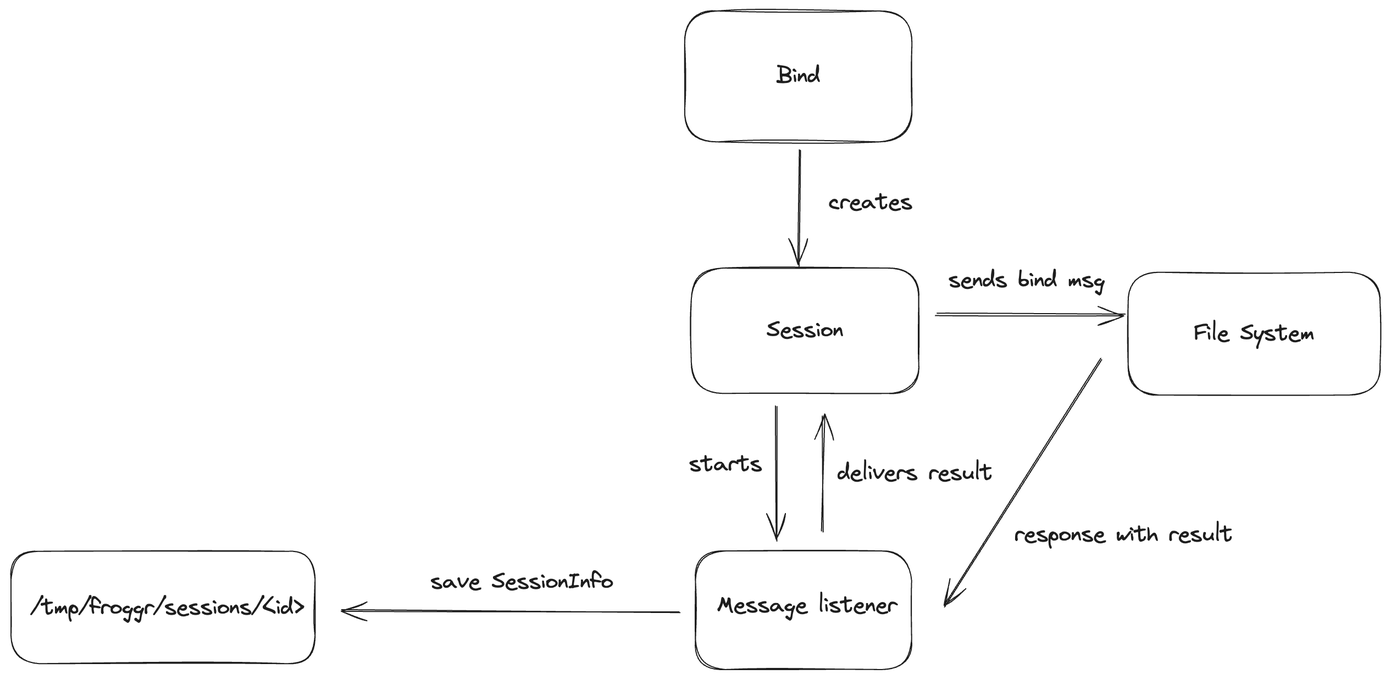
This is media/bind-process.png from doriancodes/filesystem-manager, a Excalidraw export, as it was before one commit. Source tidied: one line per element, renumbered; positions are measured from the earlier drawing's top-left corner, leaving out a move shared by most shapes. The source it was exported from:
```json
{"id": 0, "type": "rectangle", "strokeColor": "#1e1e1e", "strokeWidth": 1, "roughness": 1, "round": true, "x": 623, "y": 492, "width": 197, "height": 108}
{"id": 1, "type": "rectangle", "strokeColor": "#1e1e1e", "strokeWidth": 1, "roughness": 1, "round": true, "x": 613, "y": 0, "width": 207, "height": 119}
{"id": 2, "type": "text", "text": "Bind", "strokeColor": "#1e1e1e", "strokeWidth": 1, "roughness": 1, "fontSize": 20, "fontFamily": 1, "textAlign": "center", "verticalAlign": "middle", "inside": 1, "x": 696, "y": 47, "width": 40, "height": 25}
{"id": 3, "type": "rectangle", "strokeColor": "#1e1e1e", "strokeWidth": 1, "roughness": 1, "round": true, "x": 619, "y": 234, "width": 207, "height": 114}
{"id": 4, "type": "text", "text": "Session", "strokeColor": "#1e1e1e", "strokeWidth": 1, "roughness": 1, "fontSize": 20, "fontFamily": 1, "textAlign": "center", "verticalAlign": "middle", "inside": 3, "x": 688, "y": 279, "width": 70, "height": 25}
{"id": 5, "type": "text", "text": "Message listener", "strokeColor": "#1e1e1e", "strokeWidth": 1, "roughness": 1, "fontSize": 20, "fontFamily": 1, "x": 642, "y": 529, "width": 165, "height": 25}
{"id": 6, "type": "arrow", "strokeColor": "#1e1e1e", "strokeWidth": 1, "roughness": 1, "endArrowhead": "arrow", "round": true, "from": 3, "to": 0, "x": 697, "y": 359, "width": 1, "height": 123, "points": [[0, 0], [-1, 123]]}
{"id": 7, "type": "arrow", "strokeColor": "#1e1e1e", "strokeWidth": 1, "roughness": 1, "endArrowhead": "arrow", "round": true, "from": 1, "to": 3, "x": 717, "y": 126, "width": 0, "height": 106, "points": [[0, 0], [0, 106]]}
{"id": 8, "type": "arrow", "strokeColor": "#1e1e1e", "strokeWidth": 1, "roughness": 1, "endArrowhead": "arrow", "round": true, "from": 3, "x": 843, "y": 276, "width": 172, "height": 0, "points": [[0, 0], [172, 0]]}
{"id": 9, "type": "rectangle", "strokeColor": "#1e1e1e", "strokeWidth": 1, "roughness": 1, "round": true, "x": 1016, "y": 238, "width": 229, "height": 112}
{"id": 10, "type": "text", "text": "File System", "strokeColor": "#1e1e1e", "strokeWidth": 1, "roughness": 1, "fontSize": 20, "fontFamily": 1, "textAlign": "center", "verticalAlign": "middle", "inside": 9, "x": 1076, "y": 281, "width": 109, "height": 25}
{"id": 11, "type": "text", "text": "sends bind msg", "strokeColor": "#1e1e1e", "strokeWidth": 1, "roughness": 1, "fontSize": 20, "fontFamily": 1, "x": 853, "y": 233, "width": 142, "height": 25}
{"id": 12, "type": "arrow", "strokeColor": "#1e1e1e", "strokeWidth": 1, "roughness": 1, "endArrowhead": "arrow", "round": true, "from": 9, "x": 991, "y": 318, "width": 143, "height": 224, "points": [[0, 0], [-143, 224]]}
{"id": 13, "type": "text", "text": "response with result", "strokeColor": "#1e1e1e", "strokeWidth": 1, "roughness": 1, "fontSize": 20, "fontFamily": 1, "x": 913, "y": 464, "width": 199, "height": 25}
{"id": 14, "type": "text", "text": "starts", "strokeColor": "#1e1e1e", "strokeWidth": 1, "roughness": 1, "fontSize": 20, "fontFamily": 1, "x": 617, "y": 401, "width": 66, "height": 25}
{"id": 15, "type": "arrow", "strokeColor": "#1e1e1e", "strokeWidth": 1, "roughness": 1, "endArrowhead": "arrow", "round": true, "from": 0, "to": 3, "x": 739, "y": 474, "width": 0, "height": 106, "points": [[0, 0], [0, -106]]}
{"id": 16, "type": "text", "text": "delivers result", "strokeColor": "#1e1e1e", "strokeWidth": 1, "roughness": 1, "fontSize": 20, "fontFamily": 1, "x": 752, "y": 409, "width": 141, "height": 25}
{"id": 17, "type": "arrow", "strokeColor": "#1e1e1e", "strokeWidth": 1, "roughness": 1, "endArrowhead": "arrow", "round": true, "to": 18, "x": 608, "y": 547, "width": 308, "height": 2, "points": [[0, 0], [-308, -2]]}
{"id": 18, "type": "rectangle", "strokeColor": "#1e1e1e", "strokeWidth": 1, "roughness": 1, "round": true, "x": 0, "y": 492, "width": 277, "height": 102}
{"id": 19, "type": "text", "text": "save SessionInfo", "strokeColor": "#1e1e1e", "strokeWidth": 1, "roughness": 1, "fontSize": 20, "fontFamily": 1, "x": 382, "y": 507, "width": 167, "height": 25}
{"id": 20, "type": "text", "text": "creates", "strokeColor": "#1e1e1e", "strokeWidth": 1, "roughness": 1, "fontSize": 20, "fontFamily": 1, "x": 744, "y": 162, "width": 76, "height": 25}
{"id": 21, "type": "text", "text": "/tmp/froggr/sessions/<id>", "strokeColor": "#1e1e1e", "strokeWidth": 1, "roughness": 1, "fontSize": 20, "fontFamily": 1, "x": 18, "y": 531, "width": 249, "height": 25}
```
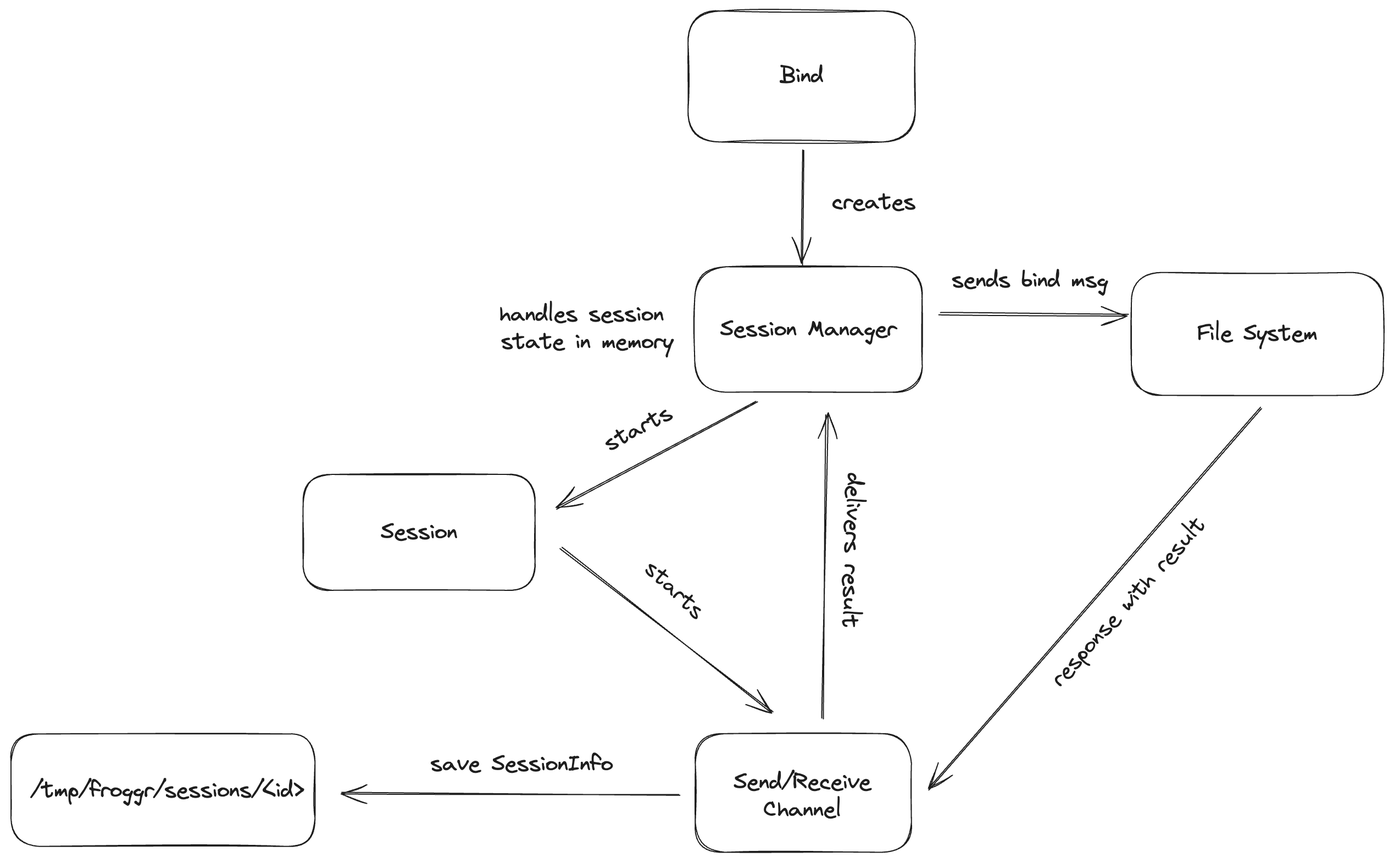
After the commit.

Commit message:
edit bind diagram

The edit, as a diff of the source:
```diff
@@ -1,22 +1,27 @@
-{"id": 0, "type": "rectangle", "strokeColor": "#1e1e1e", "strokeWidth": 1, "roughness": 1, "round": true, "x": 623, "y": 492, "width": 197, "height": 108}
+{"id": 0, "type": "rectangle", "strokeColor": "#1e1e1e", "strokeWidth": 1, "roughness": 1, "round": true, "x": 620, "y": 657, "width": 197, "height": 108}
 {"id": 1, "type": "rectangle", "strokeColor": "#1e1e1e", "strokeWidth": 1, "roughness": 1, "round": true, "x": 613, "y": 0, "width": 207, "height": 119}
 {"id": 2, "type": "text", "text": "Bind", "strokeColor": "#1e1e1e", "strokeWidth": 1, "roughness": 1, "fontSize": 20, "fontFamily": 1, "textAlign": "center", "verticalAlign": "middle", "inside": 1, "x": 696, "y": 47, "width": 40, "height": 25}
-{"id": 3, "type": "rectangle", "strokeColor": "#1e1e1e", "strokeWidth": 1, "roughness": 1, "round": true, "x": 619, "y": 234, "width": 207, "height": 114}
+{"id": 3, "type": "rectangle", "strokeColor": "#1e1e1e", "strokeWidth": 1, "roughness": 1, "round": true, "x": 619, "y": 233, "width": 207, "height": 114}
-{"id": 4, "type": "text", "text": "Session", "strokeColor": "#1e1e1e", "strokeWidth": 1, "roughness": 1, "fontSize": 20, "fontFamily": 1, "textAlign": "center", "verticalAlign": "middle", "inside": 3, "x": 688, "y": 279, "width": 70, "height": 25}
+{"id": 4, "type": "text", "text": "Session Manager", "strokeColor": "#1e1e1e", "strokeWidth": 1, "roughness": 1, "fontSize": 20, "fontFamily": 1, "textAlign": "center", "verticalAlign": "middle", "inside": 3, "x": 642, "y": 277, "width": 161, "height": 25}
-{"id": 5, "type": "text", "text": "Message listener", "strokeColor": "#1e1e1e", "strokeWidth": 1, "roughness": 1, "fontSize": 20, "fontFamily": 1, "x": 642, "y": 529, "width": 165, "height": 25}
+{"id": 5, "type": "text", "text": "Send/Receive\nChannel", "strokeColor": "#1e1e1e", "strokeWidth": 1, "roughness": 1, "fontSize": 20, "fontFamily": 1, "textAlign": "center", "x": 654, "y": 689, "width": 126, "height": 50}
-{"id": 6, "type": "arrow", "strokeColor": "#1e1e1e", "strokeWidth": 1, "roughness": 1, "endArrowhead": "arrow", "round": true, "from": 3, "to": 0, "x": 697, "y": 359, "width": 1, "height": 123, "points": [[0, 0], [-1, 123]]}
+{"id": 6, "type": "arrow", "strokeColor": "#1e1e1e", "strokeWidth": 1, "roughness": 1, "endArrowhead": "arrow", "round": true, "from": 3, "to": 22, "x": 676, "y": 354, "width": 183, "height": 98, "points": [[0, 0], [-183, 98]]}
-{"id": 7, "type": "arrow", "strokeColor": "#1e1e1e", "strokeWidth": 1, "roughness": 1, "endArrowhead": "arrow", "round": true, "from": 1, "to": 3, "x": 717, "y": 126, "width": 0, "height": 106, "points": [[0, 0], [0, 106]]}
+{"id": 7, "type": "arrow", "strokeColor": "#1e1e1e", "strokeWidth": 1, "roughness": 1, "endArrowhead": "arrow", "round": true, "from": 1, "to": 3, "x": 717, "y": 126, "width": 0, "height": 105, "points": [[0, 0], [0, 105]]}
-{"id": 8, "type": "arrow", "strokeColor": "#1e1e1e", "strokeWidth": 1, "roughness": 1, "endArrowhead": "arrow", "round": true, "from": 3, "x": 843, "y": 276, "width": 172, "height": 0, "points": [[0, 0], [172, 0]]}
+{"id": 8, "type": "arrow", "strokeColor": "#1e1e1e", "strokeWidth": 1, "roughness": 1, "endArrowhead": "arrow", "round": true, "from": 3, "x": 843, "y": 275, "width": 171, "height": 1, "points": [[0, 0], [171, 1]]}
 {"id": 9, "type": "rectangle", "strokeColor": "#1e1e1e", "strokeWidth": 1, "roughness": 1, "round": true, "x": 1016, "y": 238, "width": 229, "height": 112}
 {"id": 10, "type": "text", "text": "File System", "strokeColor": "#1e1e1e", "strokeWidth": 1, "roughness": 1, "fontSize": 20, "fontFamily": 1, "textAlign": "center", "verticalAlign": "middle", "inside": 9, "x": 1076, "y": 281, "width": 109, "height": 25}
 {"id": 11, "type": "text", "text": "sends bind msg", "strokeColor": "#1e1e1e", "strokeWidth": 1, "roughness": 1, "fontSize": 20, "fontFamily": 1, "x": 853, "y": 233, "width": 142, "height": 25}
-{"id": 12, "type": "arrow", "strokeColor": "#1e1e1e", "strokeWidth": 1, "roughness": 1, "endArrowhead": "arrow", "round": true, "from": 9, "x": 991, "y": 318, "width": 143, "height": 224, "points": [[0, 0], [-143, 224]]}
+{"id": 12, "type": "arrow", "strokeColor": "#1e1e1e", "strokeWidth": 1, "roughness": 1, "endArrowhead": "arrow", "round": true, "from": 9, "to": 0, "x": 1134, "y": 362, "width": 303, "height": 346, "points": [[0, 0], [-303, 346]]}
-{"id": 13, "type": "text", "text": "response with result", "strokeColor": "#1e1e1e", "strokeWidth": 1, "roughness": 1, "fontSize": 20, "fontFamily": 1, "x": 913, "y": 464, "width": 199, "height": 25}
+{"id": 13, "type": "text", "text": "response with result", "strokeColor": "#1e1e1e", "angle": 5.45, "strokeWidth": 1, "roughness": 1, "fontSize": 20, "fontFamily": 1, "x": 915, "y": 525, "width": 199, "height": 25}
-{"id": 14, "type": "text", "text": "starts", "strokeColor": "#1e1e1e", "strokeWidth": 1, "roughness": 1, "fontSize": 20, "fontFamily": 1, "x": 617, "y": 401, "width": 66, "height": 25}
+{"id": 14, "type": "text", "text": "starts", "strokeColor": "#1e1e1e", "angle": 5.8, "strokeWidth": 1, "roughness": 1, "fontSize": 20, "fontFamily": 1, "x": 535, "y": 368, "width": 66, "height": 25}
-{"id": 15, "type": "arrow", "strokeColor": "#1e1e1e", "strokeWidth": 1, "roughness": 1, "endArrowhead": "arrow", "round": true, "from": 0, "to": 3, "x": 739, "y": 474, "width": 0, "height": 106, "points": [[0, 0], [0, -106]]}
+{"id": 15, "type": "arrow", "strokeColor": "#1e1e1e", "strokeWidth": 1, "roughness": 1, "endArrowhead": "arrow", "round": true, "from": 0, "to": 3, "x": 736, "y": 644, "width": 3, "height": 277, "points": [[0, 0], [3, -277]]}
-{"id": 16, "type": "text", "text": "delivers result", "strokeColor": "#1e1e1e", "strokeWidth": 1, "roughness": 1, "fontSize": 20, "fontFamily": 1, "x": 752, "y": 409, "width": 141, "height": 25}
+{"id": 16, "type": "text", "text": "delivers result", "strokeColor": "#1e1e1e", "angle": 1.6, "strokeWidth": 1, "roughness": 1, "fontSize": 20, "fontFamily": 1, "x": 691, "y": 478, "width": 141, "height": 25}
-{"id": 17, "type": "arrow", "strokeColor": "#1e1e1e", "strokeWidth": 1, "roughness": 1, "endArrowhead": "arrow", "round": true, "to": 18, "x": 608, "y": 547, "width": 308, "height": 2, "points": [[0, 0], [-308, -2]]}
+{"id": 17, "type": "arrow", "strokeColor": "#1e1e1e", "strokeWidth": 1, "roughness": 1, "endArrowhead": "arrow", "round": true, "to": 18, "x": 605, "y": 713, "width": 308, "height": 2, "points": [[0, 0], [-308, -2]]}
-{"id": 18, "type": "rectangle", "strokeColor": "#1e1e1e", "strokeWidth": 1, "roughness": 1, "round": true, "x": 0, "y": 492, "width": 277, "height": 102}
+{"id": 18, "type": "rectangle", "strokeColor": "#1e1e1e", "strokeWidth": 1, "roughness": 1, "round": true, "x": -3, "y": 658, "width": 277, "height": 102}
-{"id": 19, "type": "text", "text": "save SessionInfo", "strokeColor": "#1e1e1e", "strokeWidth": 1, "roughness": 1, "fontSize": 20, "fontFamily": 1, "x": 382, "y": 507, "width": 167, "height": 25}
+{"id": 19, "type": "text", "text": "save SessionInfo", "strokeColor": "#1e1e1e", "strokeWidth": 1, "roughness": 1, "fontSize": 20, "fontFamily": 1, "x": 379, "y": 673, "width": 167, "height": 25}
 {"id": 20, "type": "text", "text": "creates", "strokeColor": "#1e1e1e", "strokeWidth": 1, "roughness": 1, "fontSize": 20, "fontFamily": 1, "x": 744, "y": 162, "width": 76, "height": 25}
-{"id": 21, "type": "text", "text": "/tmp/froggr/sessions/<id>", "strokeColor": "#1e1e1e", "strokeWidth": 1, "roughness": 1, "fontSize": 20, "fontFamily": 1, "x": 18, "y": 531, "width": 249, "height": 25}
+{"id": 21, "type": "text", "text": "/tmp/froggr/sessions/<id>", "strokeColor": "#1e1e1e", "strokeWidth": 1, "roughness": 1, "fontSize": 20, "fontFamily": 1, "x": 15, "y": 697, "width": 249, "height": 25}
+{"id": 22, "type": "rectangle", "strokeColor": "#1e1e1e", "strokeWidth": 1, "roughness": 1, "round": true, "x": 263, "y": 422, "width": 211, "height": 105}
+{"id": 23, "type": "text", "text": "Session", "strokeColor": "#1e1e1e", "strokeWidth": 1, "roughness": 1, "fontSize": 20, "fontFamily": 1, "textAlign": "center", "verticalAlign": "middle", "inside": 22, "x": 333, "y": 462, "width": 70, "height": 25}
+{"id": 24, "type": "arrow", "strokeColor": "#1e1e1e", "strokeWidth": 1, "roughness": 1, "endArrowhead": "arrow", "round": true, "from": 22, "to": 0, "x": 497, "y": 489, "width": 194, "height": 148, "points": [[0, 0], [194, 148]]}
+{"id": 25, "type": "text", "text": "starts", "strokeColor": "#1e1e1e", "angle": 0.76, "strokeWidth": 1, "roughness": 1, "fontSize": 20, "fontFamily": 1, "x": 567, "y": 514, "width": 66, "height": 25}
+{"id": 26, "type": "text", "text": "handles session \nstate in memory", "strokeColor": "#1e1e1e", "strokeWidth": 1, "roughness": 1, "fontSize": 20, "fontFamily": 1, "textAlign": "center", "x": 442, "y": 264, "width": 159, "height": 50}
```
